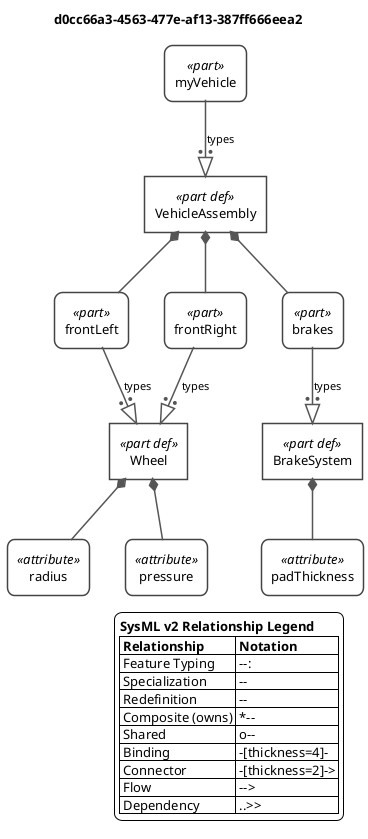
This is docs/plantuml-examples/01-usage-vs-definition.png from mycr0ft/sysmlpy, a PlantUML export, as it was before one commit.
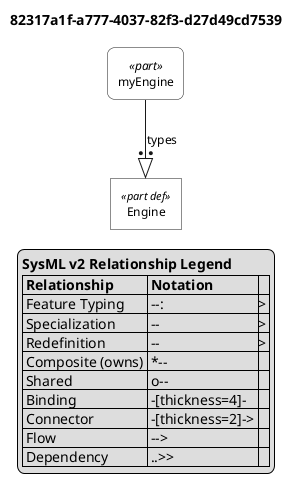
Above is the later version.

The edit, as a diff of the source:
```diff
@@ -1,104 +1,110 @@
 @startuml
 
-<style>
-root {
-    BackGroundColor white
-    FontName Helvetica
-    FontSize 13
-}
-rectangle {
-    LineColor #444444
-    LineThickness 1.5
-    BackgroundColor white
-    Padding 10
-}
-arrow {
-    LineColor #555555
-    LineThickness 1.5
-    FontSize 11
-}
-</style>
-
-skinparam wrapWidth 400
+skinparam monochrome true
+skinparam wrapWidth 300
+skinparam defaultFontSize 12
+skinparam defaultFontName Helvetica
 
 skinparam rectangle<<part def>> {
     RoundCorner 0
+    BackgroundColor white
+    StereotypeFontSize 11
 }
 skinparam rectangle<<item def>> {
     RoundCorner 0
+    BackgroundColor white
 }
 skinparam rectangle<<attribute def>> {
     RoundCorner 0
+    BackgroundColor white
 }
 skinparam rectangle<<port def>> {
     RoundCorner 0
+    BackgroundColor white
 }
 skinparam rectangle<<action def>> {
     RoundCorner 0
+    BackgroundColor white
 }
 skinparam rectangle<<state def>> {
     RoundCorner 0
+    BackgroundColor white
 }
 skinparam rectangle<<requirement def>> {
     RoundCorner 0
+    BackgroundColor white
 }
+skinparam rectangle<<view def>> {
+    RoundCorner 0
+    BackgroundColor white
+}
+skinparam rectangle<<viewpoint def>> {
+    RoundCorner 0
+    BackgroundColor white
+}
+skinparam rectangle<<enumeration def>> {
+    RoundCorner 0
+    BackgroundColor white
+}
+
 skinparam rectangle<<part>> {
     RoundCorner 15
+    BackgroundColor white
 }
 skinparam rectangle<<item>> {
     RoundCorner 15
+    BackgroundColor white
 }
 skinparam rectangle<<attribute>> {
     RoundCorner 15
+    BackgroundColor white
 }
 skinparam rectangle<<port>> {
     RoundCorner 15
+    BackgroundColor white
 }
 skinparam rectangle<<action>> {
     RoundCorner 15
+    BackgroundColor white
 }
 skinparam rectangle<<state>> {
     RoundCorner 15
+    BackgroundColor white
 }
 skinparam rectangle<<requirement>> {
     RoundCorner 15
+    BackgroundColor white
 }
+skinparam rectangle<<view>> {
+    RoundCorner 15
+    BackgroundColor white
+}
+skinparam rectangle<<viewpoint>> {
+    RoundCorner 15
+    BackgroundColor white
+}
+skinparam rectangle<<enumeration>> {
+    RoundCorner 15
+    BackgroundColor white
+}
+
 skinparam folder<<view def>> {
-    BackgroundColor #F5E6FF
-    BorderColor #8E44AD
+    BackgroundColor white
 }
 skinparam folder<<view>> {
-    BackgroundColor #F5E6FF
-    BorderColor #8E44AD
+    BackgroundColor white
 }
 
 top to bottom direction
 
-title d0cc66a3-4563-477e-af13-387ff666eea2
+title 82317a1f-a777-4037-82f3-d27d49cd7539
 
 hide circle
 
-rectangle "Wheel" as E1 <<(P,#32CD32) part def>>
-rectangle "radius" as E2 <<(A,#32CD32) attribute>>
-rectangle "pressure" as E3 <<(A,#32CD32) attribute>>
-rectangle "BrakeSystem" as E4 <<(P,#32CD32) part def>>
-rectangle "padThickness" as E5 <<(A,#32CD32) attribute>>
-rectangle "VehicleAssembly" as E6 <<(P,#32CD32) part def>>
-rectangle "frontLeft" as E7 <<(P,#32CD32) part>>
-rectangle "frontRight" as E8 <<(P,#32CD32) part>>
-rectangle "brakes" as E9 <<(P,#32CD32) part>>
-rectangle "myVehicle" as E10 <<(P,#32CD32) part>>
+rectangle "Engine" as E1 <<part def>>
+rectangle "myEngine" as E2 <<part>>
 
-E1 *-- E2
-E1 *-- E3
-E4 *-- E5
-E6 *-- E7
-E7 --:|> E1 : types
-E6 *-- E8
-E8 --:|> E1 : types
-E6 *-- E9
-E9 --:|> E4 : types
-E10 --:|> E6 : types
+E2 --:|> E1 : types
 
 legend right
   <b>SysML v2 Relationship Legend</b>
```
